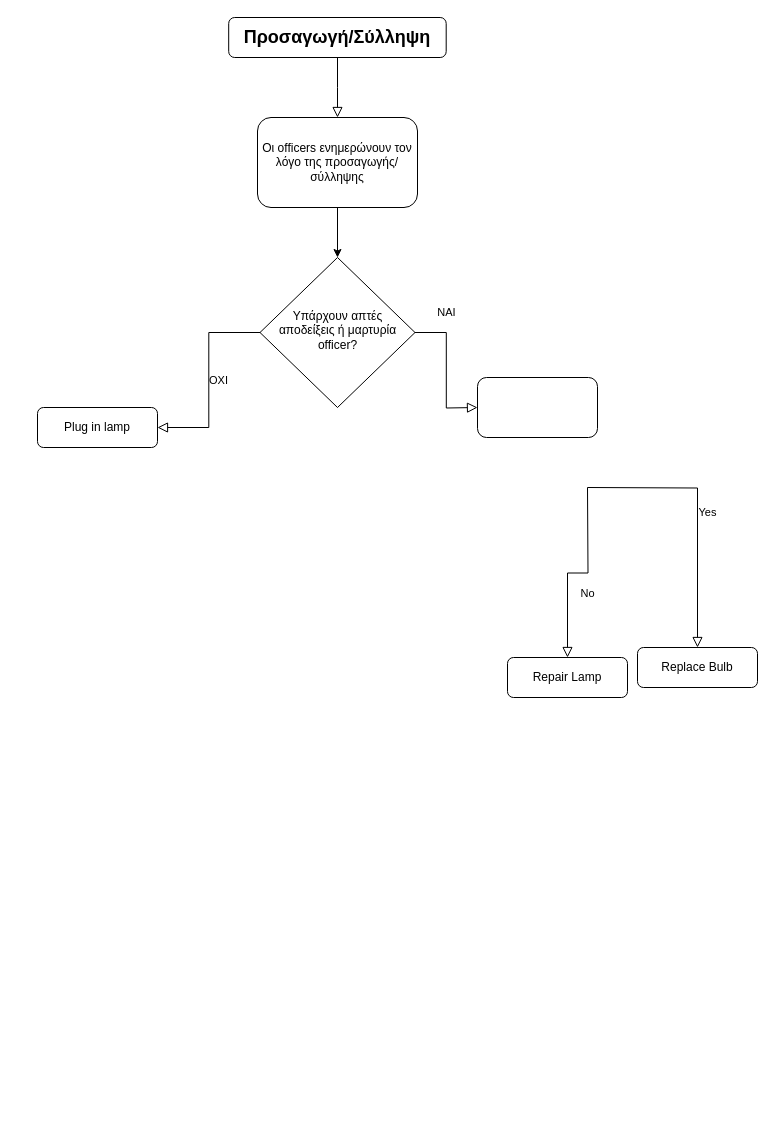
This is Νομική_διαδικασία.drawio from AggelosPnS/GTA5, a draw.io file, before an edit. Source tidied: cells renumbered, new cells numbered last; positions are measured from the earlier drawing's top-left corner, leaving out a move shared by most shapes. Both pictures are drawn from the tidied source at 100%, with x=0, y=0 at pixel (37, 17).
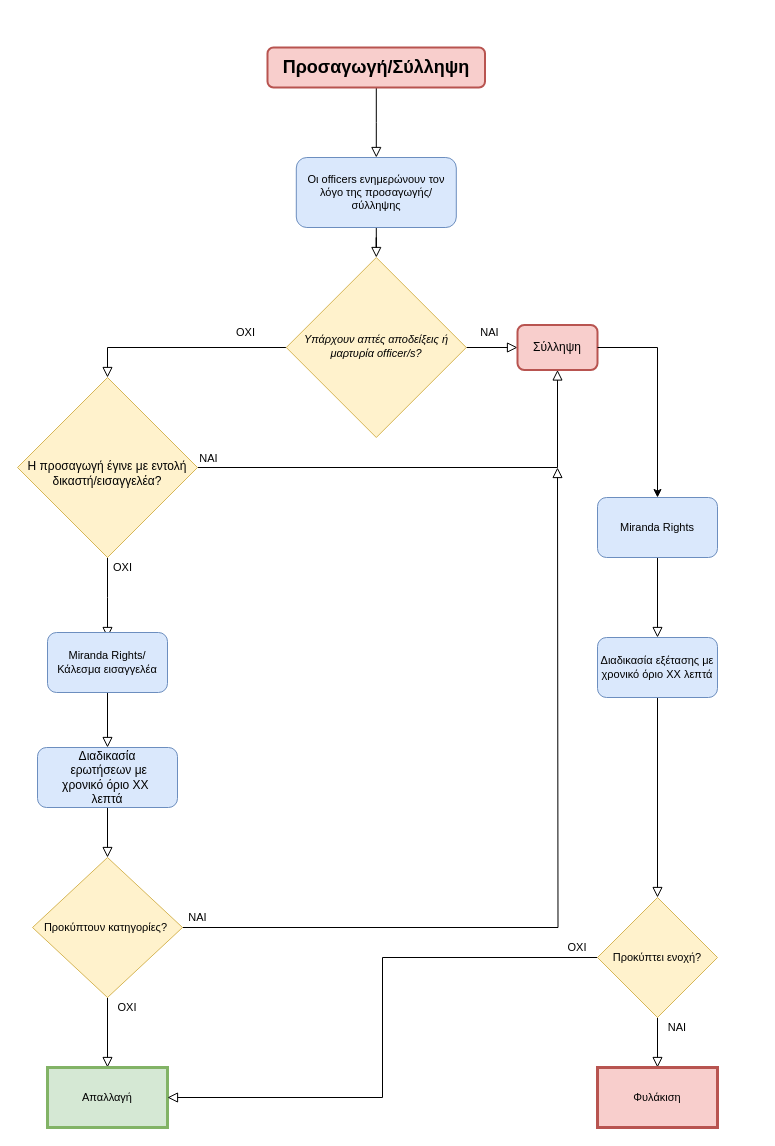
After the change.

Change to the diagram source:
```diff
@@
-    <mxCell id="3" value="&lt;span style=&quot;font-size: 18px&quot;&gt;&lt;b&gt;Προσαγωγή/&lt;/b&gt;&lt;/span&gt;&lt;span style=&quot;font-size: 18px&quot;&gt;&lt;b&gt;Σύλληψη&lt;/b&gt;&lt;/span&gt;" style="rounded=1;whiteSpace=wrap;html=1;fontSize=12;glass=0;strokeWidth=1;shadow=0;" parent="1" vertex="1">
-      <mxGeometry x="191.2" width="217.5" height="40" as="geometry" />
+    <mxCell id="3" value="&lt;span style=&quot;font-size: 18px&quot;&gt;&lt;b&gt;Προσαγωγή/&lt;/b&gt;&lt;/span&gt;&lt;span style=&quot;font-size: 18px&quot;&gt;&lt;b&gt;Σύλληψη&lt;/b&gt;&lt;/span&gt;" style="rounded=1;whiteSpace=wrap;html=1;fontSize=12;glass=0;strokeWidth=2;shadow=0;fillColor=#f8cecc;strokeColor=#b85450;" parent="1" vertex="1">
+      <mxGeometry x="230" y="30" width="217.5" height="40" as="geometry" />
     </mxCell>
-    <mxCell id="4" value="ΝΑΙ" style="rounded=0;html=1;jettySize=auto;fontSize=11;endArrow=block;endFill=0;endSize=8;strokeWidth=1;shadow=0;labelBackgroundColor=none;edgeStyle=orthogonalEdgeStyle;" parent="1" edge="1" source="6">
-      <mxGeometry x="-0.56" y="20" relative="1" as="geometry">
-        <mxPoint x="440" y="390" as="targetPoint" />
-        <mxPoint x="1" as="offset" />
-      </mxGeometry>
+    <mxCell id="4" value="ΝΑΙ" style="rounded=0;html=1;jettySize=auto;fontSize=11;endArrow=block;endFill=0;endSize=8;strokeWidth=1;shadow=0;labelBackgroundColor=none;edgeStyle=orthogonalEdgeStyle;entryX=0;entryY=0.5;entryDx=0;entryDy=0;" parent="1" edge="1" source="6" target="14">
+      <mxGeometry x="-0.1" y="15" relative="1" as="geometry" />
     </mxCell>
-    <mxCell id="5" value="ΟΧΙ" style="edgeStyle=orthogonalEdgeStyle;rounded=0;html=1;jettySize=auto;fontSize=11;endArrow=block;endFill=0;endSize=8;strokeWidth=1;shadow=0;labelBackgroundColor=none;" parent="1" edge="1" source="6" target="7">
-      <mxGeometry y="10" relative="1" as="geometry" />
+    <mxCell id="5" value="ΟΧΙ" style="edgeStyle=orthogonalEdgeStyle;rounded=0;html=1;jettySize=auto;fontSize=11;endArrow=block;endFill=0;endSize=8;strokeWidth=1;shadow=0;labelBackgroundColor=none;" parent="1" edge="1" source="6" target="18">
+      <mxGeometry x="-0.61" y="-15" relative="1" as="geometry">
+        <Array as="points">
+          <mxPoint x="70" y="330" />
+        </Array>
+      </mxGeometry>
     </mxCell>
-    <mxCell id="6" value="Υπάρχουν απτές αποδείξεις ή μαρτυρία officer?" style="rhombus;whiteSpace=wrap;html=1;shadow=0;fontFamily=Helvetica;fontSize=12;align=center;strokeWidth=1;spacing=6;spacingTop=-4;" parent="1" vertex="1">
-      <mxGeometry x="222.5" y="240" width="155" height="150" as="geometry" />
+    <mxCell id="6" value="Υπάρχουν απτές αποδείξεις ή μαρτυρία officer/s?" style="rhombus;whiteSpace=wrap;html=1;shadow=0;fontFamily=Helvetica;fontSize=11;align=center;strokeWidth=1;spacing=6;spacingTop=-3;horizontal=1;verticalAlign=middle;fontStyle=2;spacingLeft=0;fillColor=#fff2cc;strokeColor=#d6b656;" parent="1" vertex="1">
+      <mxGeometry x="248.8" y="240" width="180" height="180" as="geometry" />
     </mxCell>
-    <mxCell id="7" value="Plug in lamp" style="rounded=1;whiteSpace=wrap;html=1;fontSize=12;glass=0;strokeWidth=1;shadow=0;" parent="1" vertex="1">
-      <mxGeometry y="390" width="120" height="40" as="geometry" />
-    </mxCell>
-    <mxCell id="8" value="No" style="rounded=0;html=1;jettySize=auto;fontSize=11;endArrow=block;endFill=0;endSize=8;strokeWidth=1;shadow=0;labelBackgroundColor=none;edgeStyle=orthogonalEdgeStyle;" parent="1" edge="1" target="10">
-      <mxGeometry x="0.33" y="20" relative="1" as="geometry">
-        <mxPoint x="550" y="470" as="sourcePoint" />
-      </mxGeometry>
-    </mxCell>
-    <mxCell id="9" value="Yes" style="edgeStyle=orthogonalEdgeStyle;rounded=0;html=1;jettySize=auto;fontSize=11;endArrow=block;endFill=0;endSize=8;strokeWidth=1;shadow=0;labelBackgroundColor=none;" parent="1" edge="1" target="11">
-      <mxGeometry y="10" relative="1" as="geometry">
-        <mxPoint x="550" y="470" as="sourcePoint" />
-      </mxGeometry>
-    </mxCell>
-    <mxCell id="10" value="Repair Lamp" style="rounded=1;whiteSpace=wrap;html=1;fontSize=12;glass=0;strokeWidth=1;shadow=0;" parent="1" vertex="1">
-      <mxGeometry x="470" y="640" width="120" height="40" as="geometry" />
-    </mxCell>
-    <mxCell id="11" value="Replace Bulb" style="rounded=1;whiteSpace=wrap;html=1;fontSize=12;glass=0;strokeWidth=1;shadow=0;" parent="1" vertex="1">
-      <mxGeometry x="600" y="630" width="120" height="40" as="geometry" />
-    </mxCell>
-    <mxCell id="12" style="edgeStyle=orthogonalEdgeStyle;rounded=0;jettySize=auto;html=1;" parent="1" edge="1" source="13" target="6">
+    <mxCell id="12" style="edgeStyle=orthogonalEdgeStyle;rounded=0;jettySize=auto;html=1;endArrow=block;endFill=0;endSize=8;" parent="1" edge="1" source="13" target="6">
       <mxGeometry relative="1" as="geometry" />
     </mxCell>
-    <mxCell id="13" value="Οι officers ενημερώνουν τον λόγο της προσαγωγής/σύλληψης" style="rounded=1;whiteSpace=wrap;html=1;" parent="1" vertex="1">
-      <mxGeometry x="220" y="100" width="160" height="90" as="geometry" />
+    <mxCell id="13" value="Οι officers ενημερώνουν τον λόγο της προσαγωγής/σύλληψης" style="rounded=1;whiteSpace=wrap;html=1;fontSize=11;fillColor=#dae8fc;strokeColor=#6c8ebf;" parent="1" vertex="1">
+      <mxGeometry x="258.8" y="140" width="160" height="70" as="geometry" />
     </mxCell>
-    <mxCell id="14" style="rounded=1;whiteSpace=wrap;html=1;" parent="1" vertex="1">
-      <mxGeometry x="440" y="360" width="120" height="60" as="geometry" />
+    <mxCell id="14" value="Σύλληψη" style="rounded=1;whiteSpace=wrap;html=1;strokeWidth=2;fillColor=#f8cecc;strokeColor=#b85450;shadow=0;glass=0;sketch=0;" parent="1" vertex="1">
+      <mxGeometry x="480" y="307.5" width="80" height="45" as="geometry" />
     </mxCell>
+    <mxCell id="15" style="edgeStyle=orthogonalEdgeStyle;rounded=0;jettySize=auto;html=1;endArrow=block;endFill=0;endSize=8;fontSize=11;entryX=0.5;entryY=1;entryDx=0;entryDy=0;" parent="1" edge="1" source="18" target="14">
+      <mxGeometry relative="1" as="geometry">
+        <Array as="points">
+          <mxPoint x="520" y="450" />
+        </Array>
+      </mxGeometry>
+    </mxCell>
+    <mxCell id="16" value="ΝΑΙ" style="edgeLabel;html=1;align=center;verticalAlign=middle;fontSize=11;" parent="15" vertex="1">
+      <mxGeometry x="-0.54" relative="1" as="geometry">
+        <mxPoint x="-95" y="-10" as="offset" />
+      </mxGeometry>
+    </mxCell>
+    <mxCell id="17" style="edgeStyle=orthogonalEdgeStyle;rounded=0;jettySize=auto;html=1;endArrow=block;endFill=0;endSize=8;fontSize=11;" parent="1" edge="1" source="18">
+      <mxGeometry relative="1" as="geometry">
+        <mxPoint x="70" y="620" as="targetPoint" />
+      </mxGeometry>
+    </mxCell>
+    <mxCell id="18" value="&lt;div&gt;&lt;span&gt;Η προσαγωγή έγινε με εντολή δικαστή/εισαγγελέα?&lt;/span&gt;&lt;/div&gt;" style="rhombus;whiteSpace=wrap;html=1;rounded=0;fillColor=#fff2cc;align=center;strokeWidth=1;spacingTop=11;strokeColor=#d6b656;" parent="1" vertex="1">
+      <mxGeometry x="-20" y="360" width="180" height="180" as="geometry" />
+    </mxCell>
+    <mxCell id="19" style="edgeStyle=orthogonalEdgeStyle;rounded=0;jettySize=auto;html=1;endArrow=block;endFill=0;endSize=8;fontSize=11;" parent="1" edge="1" source="20" target="23">
+      <mxGeometry relative="1" as="geometry" />
+    </mxCell>
+    <mxCell id="20" value="&lt;span style=&quot;font-size: 12px&quot;&gt;Διαδικασία&lt;/span&gt;&lt;div style=&quot;font-size: 12px&quot;&gt;&amp;nbsp;ερωτήσεων&amp;nbsp;με χρονικό&amp;nbsp;όριο&amp;nbsp;ΧΧ&amp;nbsp;&lt;/div&gt;&lt;span style=&quot;font-size: 12px&quot;&gt;λεπτά&lt;/span&gt;" style="rounded=1;whiteSpace=wrap;html=1;strokeWidth=1;fillColor=#dae8fc;fontSize=11;strokeColor=#6c8ebf;" parent="1" vertex="1">
+      <mxGeometry y="730" width="140" height="60" as="geometry" />
+    </mxCell>
+    <mxCell id="21" style="edgeStyle=orthogonalEdgeStyle;rounded=0;jettySize=auto;html=1;endArrow=block;endFill=0;endSize=8;fontSize=11;" parent="1" edge="1" source="23" target="25">
+      <mxGeometry relative="1" as="geometry" />
+    </mxCell>
+    <mxCell id="22" style="edgeStyle=orthogonalEdgeStyle;rounded=0;jettySize=auto;html=1;exitX=1;exitY=0.5;exitDx=0;exitDy=0;endArrow=block;endFill=0;endSize=8;strokeColor=#000000;fontSize=11;" parent="1" edge="1" source="23">
+      <mxGeometry relative="1" as="geometry">
+        <mxPoint x="520" y="450" as="targetPoint" />
+      </mxGeometry>
+    </mxCell>
+    <mxCell id="23" value="Προκύπτουν κατηγορίες?&amp;nbsp;" style="rhombus;whiteSpace=wrap;html=1;rounded=0;fontSize=11;strokeWidth=1;fillColor=#fff2cc;strokeColor=#d6b656;" parent="1" vertex="1">
+      <mxGeometry x="-5" y="840" width="150" height="140" as="geometry" />
+    </mxCell>
+    <mxCell id="24" value="ΝΑΙ" style="text;html=1;align=center;verticalAlign=middle;fontSize=11;" parent="1" vertex="1">
+      <mxGeometry x="145" y="890" width="30" height="20" as="geometry" />
+    </mxCell>
+    <mxCell id="25" value="Απαλλαγή" style="whiteSpace=wrap;html=1;rounded=0;fontSize=11;strokeWidth=3;fillColor=#d5e8d4;strokeColor=#82b366;" parent="1" vertex="1">
+      <mxGeometry x="10" y="1050" width="120" height="60" as="geometry" />
+    </mxCell>
+    <mxCell id="26" style="edgeStyle=orthogonalEdgeStyle;rounded=0;jettySize=auto;html=1;endArrow=block;endFill=0;endSize=8;strokeColor=#000000;fontSize=11;" parent="1" edge="1" source="27" target="20">
+      <mxGeometry relative="1" as="geometry" />
+    </mxCell>
+    <mxCell id="27" value="Miranda Rights/ Κάλεσμα εισαγγελέα" style="rounded=1;whiteSpace=wrap;html=1;strokeWidth=1;fillColor=#dae8fc;fontSize=11;strokeColor=#6c8ebf;" parent="1" vertex="1">
+      <mxGeometry x="10" y="615" width="120" height="60" as="geometry" />
+    </mxCell>
+    <mxCell id="28" value="ΟΧΙ" style="text;html=1;align=center;verticalAlign=middle;fontSize=11;" parent="1" vertex="1">
+      <mxGeometry x="70" y="540" width="30" height="20" as="geometry" />
+    </mxCell>
+    <mxCell id="29" style="endArrow=classic;html=1;fontSize=11;exitX=1;exitY=0.5;exitDx=0;exitDy=0;rounded=0;" parent="1" edge="1" source="14" target="31">
+      <mxGeometry relative="1" as="geometry">
+        <Array as="points">
+          <mxPoint x="620" y="330" />
+        </Array>
+      </mxGeometry>
+    </mxCell>
+    <mxCell id="30" style="edgeStyle=orthogonalEdgeStyle;rounded=0;jettySize=auto;html=1;endArrow=block;endFill=0;endSize=8;strokeColor=#000000;fontSize=11;" parent="1" edge="1" source="31" target="34">
+      <mxGeometry relative="1" as="geometry" />
+    </mxCell>
+    <mxCell id="31" value="Miranda Rights" style="rounded=1;whiteSpace=wrap;html=1;strokeWidth=1;fillColor=#dae8fc;fontSize=11;strokeColor=#6c8ebf;" parent="1" vertex="1">
+      <mxGeometry x="560" y="480" width="120" height="60" as="geometry" />
+    </mxCell>
+    <mxCell id="32" value="ΟΧΙ" style="text;html=1;strokeColor=none;fillColor=none;align=center;verticalAlign=middle;whiteSpace=wrap;rounded=0;shadow=0;glass=0;sketch=0;fontSize=11;" parent="1" vertex="1">
+      <mxGeometry x="70" y="980" width="40" height="20" as="geometry" />
+    </mxCell>
+    <mxCell id="33" style="edgeStyle=orthogonalEdgeStyle;rounded=0;jettySize=auto;html=1;endArrow=block;endFill=0;endSize=8;strokeColor=#000000;fontSize=11;" parent="1" edge="1" source="34" target="37">
+      <mxGeometry relative="1" as="geometry" />
+    </mxCell>
+    <mxCell id="34" value="Διαδικασία εξέτασης με χρονικό όριο ΧΧ λεπτά" style="whiteSpace=wrap;html=1;rounded=1;fontSize=11;strokeColor=#6c8ebf;strokeWidth=1;fillColor=#dae8fc;" parent="1" vertex="1">
+      <mxGeometry x="560" y="620" width="120" height="60" as="geometry" />
+    </mxCell>
+    <mxCell id="35" style="edgeStyle=orthogonalEdgeStyle;rounded=0;jettySize=auto;html=1;exitX=0;exitY=0.5;exitDx=0;exitDy=0;entryX=1;entryY=0.5;entryDx=0;entryDy=0;endArrow=block;endFill=0;endSize=8;strokeColor=#000000;fontSize=11;" parent="1" edge="1" source="37" target="25">
+      <mxGeometry relative="1" as="geometry" />
+    </mxCell>
+    <mxCell id="36" style="edgeStyle=orthogonalEdgeStyle;rounded=0;jettySize=auto;html=1;endArrow=block;endFill=0;endSize=8;strokeColor=#000000;fontSize=11;" parent="1" edge="1" source="37" target="39">
+      <mxGeometry relative="1" as="geometry" />
+    </mxCell>
+    <mxCell id="37" value="Προκύπτει ενοχή?" style="rhombus;whiteSpace=wrap;html=1;rounded=0;fontSize=11;strokeColor=#d6b656;strokeWidth=1;fillColor=#fff2cc;" parent="1" vertex="1">
+      <mxGeometry x="560" y="880" width="120" height="120" as="geometry" />
+    </mxCell>
+    <mxCell id="38" value="ΟΧΙ" style="text;html=1;strokeColor=none;fillColor=none;align=center;verticalAlign=middle;whiteSpace=wrap;rounded=0;shadow=0;glass=0;sketch=0;fontSize=11;" parent="1" vertex="1">
+      <mxGeometry x="520" y="920" width="40" height="20" as="geometry" />
+    </mxCell>
+    <mxCell id="39" value="Φυλάκιση" style="whiteSpace=wrap;html=1;rounded=0;fontSize=11;strokeColor=#b85450;strokeWidth=3;fillColor=#f8cecc;" parent="1" vertex="1">
+      <mxGeometry x="560" y="1050" width="120" height="60" as="geometry" />
+    </mxCell>
+    <mxCell id="40" value="ΝΑΙ" style="text;html=1;strokeColor=none;fillColor=none;align=center;verticalAlign=middle;whiteSpace=wrap;rounded=0;shadow=0;glass=0;sketch=0;fontSize=11;" parent="1" vertex="1">
+      <mxGeometry x="620" y="1000" width="40" height="20" as="geometry" />
+    </mxCell>
```
